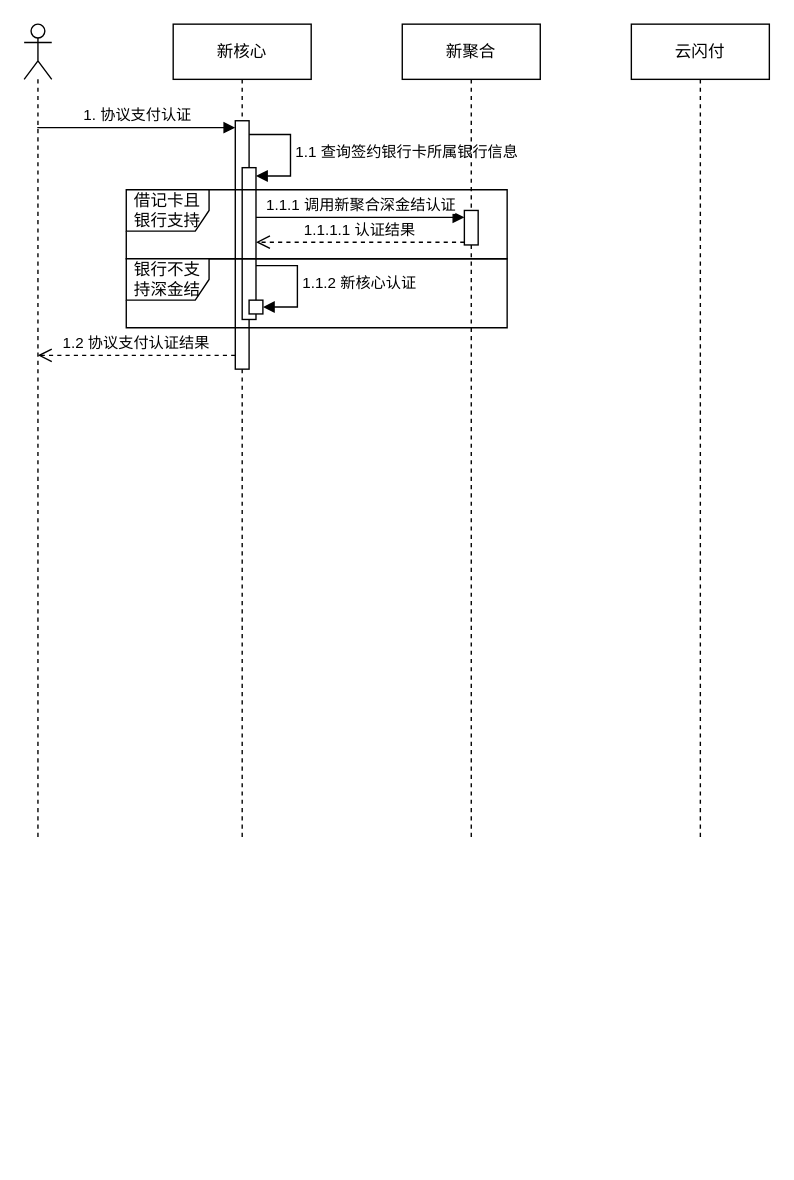
eltweiyao/app-diagrams keeps this draw.io diagram as 云闪付通道切换.drawio. Above is the earlier version. Source tidied: cells renumbered, new cells numbered last; positions are measured from the earlier drawing's top-left corner, leaving out a move shared by most shapes. Both pictures are drawn from the tidied source at 138%, with x=0, y=0 at pixel (23, 23).
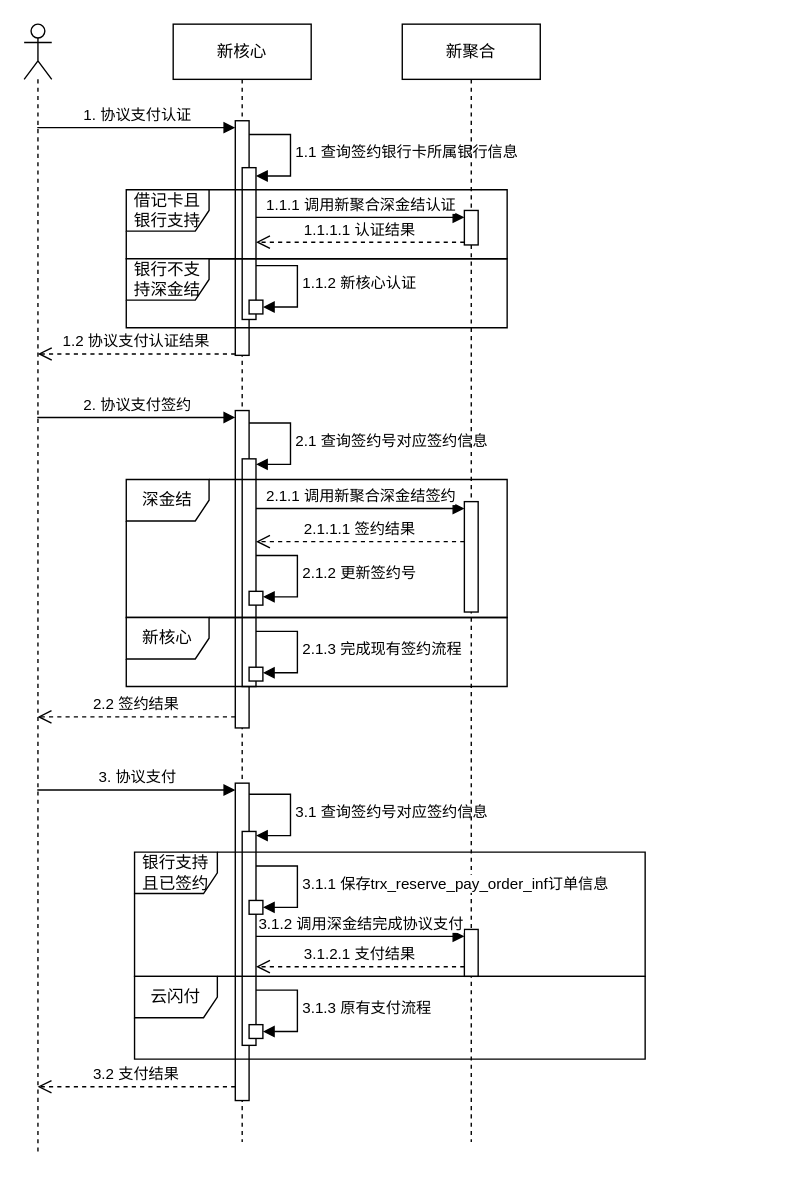
The same diagram, later.

Commit message:
更新云闪付通道切换.drawio

What changed in the source:
```diff
@@
     <mxCell id="2" style="shape=umlLifeline;perimeter=lifelinePerimeter;whiteSpace=wrap;html=1;outlineConnect=0;portConstraint=eastwest;newEdgeStyle={&quot;curved&quot;:0,&quot;rounded&quot;:0};participant=umlActor;" parent="1" vertex="1">
-      <mxGeometry width="20" height="590" as="geometry" />
+      <mxGeometry width="20" height="820" as="geometry" />
     </mxCell>
     <mxCell id="3" value="新核心" style="shape=umlLifeline;perimeter=lifelinePerimeter;whiteSpace=wrap;html=1;newEdgeStyle={&quot;curved&quot;:0,&quot;rounded&quot;:0};" parent="1" vertex="1">
-      <mxGeometry x="108" width="100" height="590" as="geometry" />
+      <mxGeometry x="108" width="100" height="810" as="geometry" />
     </mxCell>
     <mxCell id="4" style="html=1;points=[[0,0,0,0,5],[0,1,0,0,-5],[1,0,0,0,5],[1,1,0,0,-5]];perimeter=orthogonalPerimeter;outlineConnect=0;targetShapes=umlLifeline;portConstraint=eastwest;newEdgeStyle={&quot;curved&quot;:0,&quot;rounded&quot;:0};" parent="3" vertex="1">
-      <mxGeometry x="45" y="70" width="10" height="180" as="geometry" />
+      <mxGeometry x="45" y="70" width="10" height="170" as="geometry" />
     </mxCell>
     <mxCell id="5" value="1.2 协议支付认证结果" style="html=1;verticalAlign=bottom;endArrow=open;dashed=1;endSize=8;curved=0;rounded=0;exitX=0;exitY=1;exitDx=0;exitDy=-5;" parent="3" edge="1">
       <mxGeometry relative="1" as="geometry">
-        <mxPoint x="45" y="240" as="sourcePoint" />
-        <mxPoint x="-98.1" y="240" as="targetPoint" />
+        <mxPoint x="45" y="239" as="sourcePoint" />
+        <mxPoint x="-98.1" y="239" as="targetPoint" />
       </mxGeometry>
     </mxCell>
@@
+    <mxCell id="18" style="html=1;points=[[0,0,0,0,5],[0,1,0,0,-5],[1,0,0,0,5],[1,1,0,0,-5]];perimeter=orthogonalPerimeter;outlineConnect=0;targetShapes=umlLifeline;portConstraint=eastwest;newEdgeStyle={&quot;curved&quot;:0,&quot;rounded&quot;:0};" parent="3" vertex="1">
+      <mxGeometry x="45" y="280" width="10" height="230" as="geometry" />
+    </mxCell>
+    <mxCell id="19" style="html=1;points=[[0,0,0,0,5],[0,1,0,0,-5],[1,0,0,0,5],[1,1,0,0,-5]];perimeter=orthogonalPerimeter;outlineConnect=0;targetShapes=umlLifeline;portConstraint=eastwest;newEdgeStyle={&quot;curved&quot;:0,&quot;rounded&quot;:0};" parent="3" vertex="1">
+      <mxGeometry x="50" y="315" width="10" height="165" as="geometry" />
+    </mxCell>
+    <mxCell id="20" value="2.1 查询签约号对应签约信息" style="html=1;align=left;spacingLeft=2;endArrow=block;rounded=0;edgeStyle=orthogonalEdgeStyle;curved=0;rounded=0;" parent="3" edge="1" target="19">
+      <mxGeometry relative="1" as="geometry">
+        <mxPoint x="55" y="289" as="sourcePoint" />
+        <Array as="points">
+          <mxPoint x="85" y="319" />
+        </Array>
+      </mxGeometry>
+    </mxCell>
+    <mxCell id="21" style="html=1;points=[[0,0,0,0,5],[0,1,0,0,-5],[1,0,0,0,5],[1,1,0,0,-5]];perimeter=orthogonalPerimeter;outlineConnect=0;targetShapes=umlLifeline;portConstraint=eastwest;newEdgeStyle={&quot;curved&quot;:0,&quot;rounded&quot;:0};" parent="3" vertex="1">
+      <mxGeometry x="45" y="550" width="10" height="230" as="geometry" />
+    </mxCell>
+    <mxCell id="22" style="html=1;points=[[0,0,0,0,5],[0,1,0,0,-5],[1,0,0,0,5],[1,1,0,0,-5]];perimeter=orthogonalPerimeter;outlineConnect=0;targetShapes=umlLifeline;portConstraint=eastwest;newEdgeStyle={&quot;curved&quot;:0,&quot;rounded&quot;:0};" parent="3" vertex="1">
+      <mxGeometry x="50" y="585" width="10" height="155" as="geometry" />
+    </mxCell>
+    <mxCell id="23" value="3.1 查询签约号对应签约信息" style="html=1;align=left;spacingLeft=2;endArrow=block;rounded=0;edgeStyle=orthogonalEdgeStyle;curved=0;rounded=0;" parent="3" edge="1" target="22">
+      <mxGeometry relative="1" as="geometry">
+        <mxPoint x="55" y="558" as="sourcePoint" />
+        <Array as="points">
+          <mxPoint x="85" y="588" />
+        </Array>
+      </mxGeometry>
+    </mxCell>
     <mxCell id="8" value="新聚合" style="shape=umlLifeline;perimeter=lifelinePerimeter;whiteSpace=wrap;html=1;newEdgeStyle={&quot;curved&quot;:0,&quot;rounded&quot;:0};" parent="1" vertex="1">
-      <mxGeometry x="274" width="100" height="590" as="geometry" />
+      <mxGeometry x="274" width="100" height="810" as="geometry" />
     </mxCell>
-    <mxCell id="9" value="云闪付" style="shape=umlLifeline;perimeter=lifelinePerimeter;whiteSpace=wrap;html=1;newEdgeStyle={&quot;curved&quot;:0,&quot;rounded&quot;:0};" parent="1" vertex="1">
-      <mxGeometry x="440" width="100" height="590" as="geometry" />
-    </mxCell>
@@
+    <mxCell id="24" value="2. 协议支付签约" style="html=1;verticalAlign=bottom;endArrow=block;curved=0;rounded=0;entryX=0;entryY=0;entryDx=0;entryDy=5;" parent="1" edge="1" source="2" target="18">
+      <mxGeometry relative="1" as="geometry" />
+    </mxCell>
+    <mxCell id="25" value="2.2 签约结果" style="html=1;verticalAlign=bottom;endArrow=open;dashed=1;endSize=8;curved=0;rounded=0;exitX=0;exitY=1;exitDx=0;exitDy=-5;" parent="1" edge="1">
+      <mxGeometry relative="1" as="geometry">
+        <mxPoint x="153" y="502" as="sourcePoint" />
+        <mxPoint x="9.7" y="502" as="targetPoint" />
+      </mxGeometry>
+    </mxCell>
+    <mxCell id="26" value="深金结" style="shape=umlFrame;whiteSpace=wrap;html=1;" parent="1" vertex="1">
+      <mxGeometry x="74" y="330" width="276" height="100" as="geometry" />
+    </mxCell>
+    <mxCell id="27" style="html=1;points=[[0,0,0,0,5],[0,1,0,0,-5],[1,0,0,0,5],[1,1,0,0,-5]];perimeter=orthogonalPerimeter;outlineConnect=0;targetShapes=umlLifeline;portConstraint=eastwest;newEdgeStyle={&quot;curved&quot;:0,&quot;rounded&quot;:0};" parent="1" vertex="1">
+      <mxGeometry x="319" y="346" width="10" height="80" as="geometry" />
+    </mxCell>
+    <mxCell id="28" value="2.1.1 调用新聚合深金结签约" style="html=1;verticalAlign=bottom;endArrow=block;curved=0;rounded=0;entryX=0;entryY=0;entryDx=0;entryDy=5;" parent="1" edge="1" source="19" target="27">
+      <mxGeometry relative="1" as="geometry" />
+    </mxCell>
+    <mxCell id="29" value="2.1.1.1 签约结果" style="html=1;verticalAlign=bottom;endArrow=open;dashed=1;endSize=8;curved=0;rounded=0;exitX=0;exitY=1;exitDx=0;exitDy=-5;" parent="1" edge="1" target="19">
+      <mxGeometry relative="1" as="geometry">
+        <mxPoint x="319" y="375" as="sourcePoint" />
+      </mxGeometry>
+    </mxCell>
+    <mxCell id="30" style="html=1;points=[[0,0,0,0,5],[0,1,0,0,-5],[1,0,0,0,5],[1,1,0,0,-5]];perimeter=orthogonalPerimeter;outlineConnect=0;targetShapes=umlLifeline;portConstraint=eastwest;newEdgeStyle={&quot;curved&quot;:0,&quot;rounded&quot;:0};" parent="1" vertex="1">
+      <mxGeometry x="163" y="411" width="10" height="10" as="geometry" />
+    </mxCell>
+    <mxCell id="31" value="2.1.2 更新签约号" style="html=1;align=left;spacingLeft=2;endArrow=block;rounded=0;edgeStyle=orthogonalEdgeStyle;curved=0;rounded=0;" parent="1" edge="1" target="30">
+      <mxGeometry relative="1" as="geometry">
+        <mxPoint x="168" y="385" as="sourcePoint" />
+        <Array as="points">
+          <mxPoint x="198" y="415" />
+        </Array>
+      </mxGeometry>
+    </mxCell>
+    <mxCell id="32" value="新核心" style="shape=umlFrame;whiteSpace=wrap;html=1;" parent="1" vertex="1">
+      <mxGeometry x="74" y="430" width="276" height="50" as="geometry" />
+    </mxCell>
+    <mxCell id="33" style="html=1;points=[[0,0,0,0,5],[0,1,0,0,-5],[1,0,0,0,5],[1,1,0,0,-5]];perimeter=orthogonalPerimeter;outlineConnect=0;targetShapes=umlLifeline;portConstraint=eastwest;newEdgeStyle={&quot;curved&quot;:0,&quot;rounded&quot;:0};" parent="1" vertex="1">
+      <mxGeometry x="163" y="466" width="10" height="10" as="geometry" />
+    </mxCell>
+    <mxCell id="34" value="2.1.3 完成现有签约流程" style="html=1;align=left;spacingLeft=2;endArrow=block;rounded=0;edgeStyle=orthogonalEdgeStyle;curved=0;rounded=0;" parent="1" edge="1" target="33">
+      <mxGeometry relative="1" as="geometry">
+        <mxPoint x="168" y="440" as="sourcePoint" />
+        <Array as="points">
+          <mxPoint x="198" y="470" />
+        </Array>
+      </mxGeometry>
+    </mxCell>
+    <mxCell id="35" value="3. 协议支付" style="html=1;verticalAlign=bottom;endArrow=block;curved=0;rounded=0;entryX=0;entryY=0;entryDx=0;entryDy=5;" parent="1" edge="1" source="2" target="21">
+      <mxGeometry relative="1" as="geometry" />
+    </mxCell>
+    <mxCell id="36" value="3.2 支付结果" style="html=1;verticalAlign=bottom;endArrow=open;dashed=1;endSize=8;curved=0;rounded=0;exitX=0;exitY=1;exitDx=0;exitDy=-5;" parent="1" edge="1">
+      <mxGeometry relative="1" as="geometry">
+        <mxPoint x="153" y="770" as="sourcePoint" />
+        <mxPoint x="9.7" y="770" as="targetPoint" />
+      </mxGeometry>
+    </mxCell>
+    <mxCell id="37" value="银行支持且已签约" style="shape=umlFrame;whiteSpace=wrap;html=1;" parent="1" vertex="1">
+      <mxGeometry x="80" y="600" width="370" height="90" as="geometry" />
+    </mxCell>
+    <mxCell id="38" style="html=1;points=[[0,0,0,0,5],[0,1,0,0,-5],[1,0,0,0,5],[1,1,0,0,-5]];perimeter=orthogonalPerimeter;outlineConnect=0;targetShapes=umlLifeline;portConstraint=eastwest;newEdgeStyle={&quot;curved&quot;:0,&quot;rounded&quot;:0};" parent="1" vertex="1">
+      <mxGeometry x="163" y="635" width="10" height="10" as="geometry" />
+    </mxCell>
+    <mxCell id="39" value="3.1.1 保存trx_reserve_pay_order_inf订单信息" style="html=1;align=left;spacingLeft=2;endArrow=block;rounded=0;edgeStyle=orthogonalEdgeStyle;curved=0;rounded=0;" parent="1" edge="1" target="38">
+      <mxGeometry relative="1" as="geometry">
+        <mxPoint x="168" y="610" as="sourcePoint" />
+        <Array as="points">
+          <mxPoint x="198" y="640" />
+        </Array>
+      </mxGeometry>
+    </mxCell>
+    <mxCell id="40" style="html=1;points=[[0,0,0,0,5],[0,1,0,0,-5],[1,0,0,0,5],[1,1,0,0,-5]];perimeter=orthogonalPerimeter;outlineConnect=0;targetShapes=umlLifeline;portConstraint=eastwest;newEdgeStyle={&quot;curved&quot;:0,&quot;rounded&quot;:0};" parent="1" vertex="1">
+      <mxGeometry x="319" y="656" width="10" height="34" as="geometry" />
+    </mxCell>
+    <mxCell id="41" value="3.1.2 调用深金结完成协议支付" style="html=1;verticalAlign=bottom;endArrow=block;curved=0;rounded=0;entryX=0;entryY=0;entryDx=0;entryDy=5;" parent="1" edge="1" source="22" target="40">
+      <mxGeometry relative="1" as="geometry" />
+    </mxCell>
+    <mxCell id="42" value="3.1.2.1 支付结果" style="html=1;verticalAlign=bottom;endArrow=open;dashed=1;endSize=8;curved=0;rounded=0;exitX=0;exitY=1;exitDx=0;exitDy=-5;" parent="1" edge="1" target="22">
+      <mxGeometry relative="1" as="geometry">
+        <mxPoint x="319" y="683" as="sourcePoint" />
+      </mxGeometry>
+    </mxCell>
+    <mxCell id="9" value="云闪付" style="shape=umlFrame;whiteSpace=wrap;html=1;" parent="1" vertex="1">
+      <mxGeometry x="80" y="690" width="370" height="60" as="geometry" />
+    </mxCell>
+    <mxCell id="43" style="html=1;points=[[0,0,0,0,5],[0,1,0,0,-5],[1,0,0,0,5],[1,1,0,0,-5]];perimeter=orthogonalPerimeter;outlineConnect=0;targetShapes=umlLifeline;portConstraint=eastwest;newEdgeStyle={&quot;curved&quot;:0,&quot;rounded&quot;:0};" parent="1" vertex="1">
+      <mxGeometry x="163" y="725" width="10" height="10" as="geometry" />
+    </mxCell>
+    <mxCell id="44" value="3.1.3 原有支付流程" style="html=1;align=left;spacingLeft=2;endArrow=block;rounded=0;edgeStyle=orthogonalEdgeStyle;curved=0;rounded=0;" parent="1" edge="1" target="43">
+      <mxGeometry relative="1" as="geometry">
+        <mxPoint x="168" y="700" as="sourcePoint" />
+        <Array as="points">
+          <mxPoint x="198" y="730" />
+        </Array>
+      </mxGeometry>
+    </mxCell>
```
